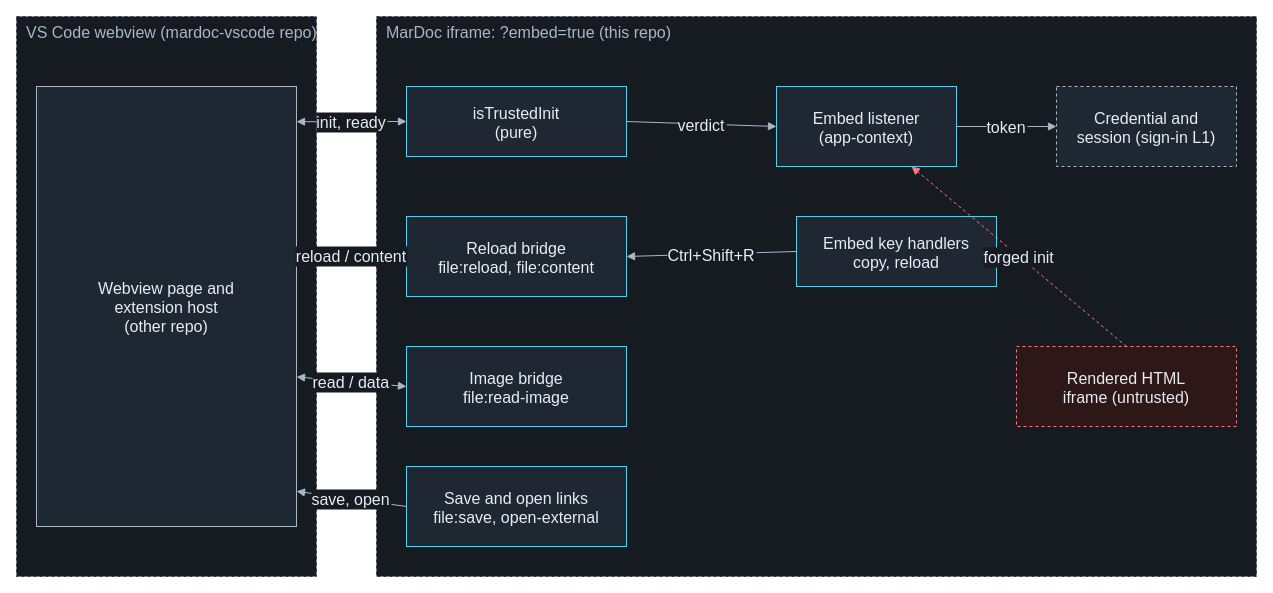
Before: docs/design/L2-embed-vscode.drawio in mardoc-app/mardoc-app.github.io, a draw.io diagram. Source tidied: cells renumbered, new cells numbered last; positions are measured from the earlier drawing's top-left corner, leaving out a move shared by most shapes. Both pictures are drawn from the tidied source at 100%, with x=0, y=0 at pixel (16, 16).
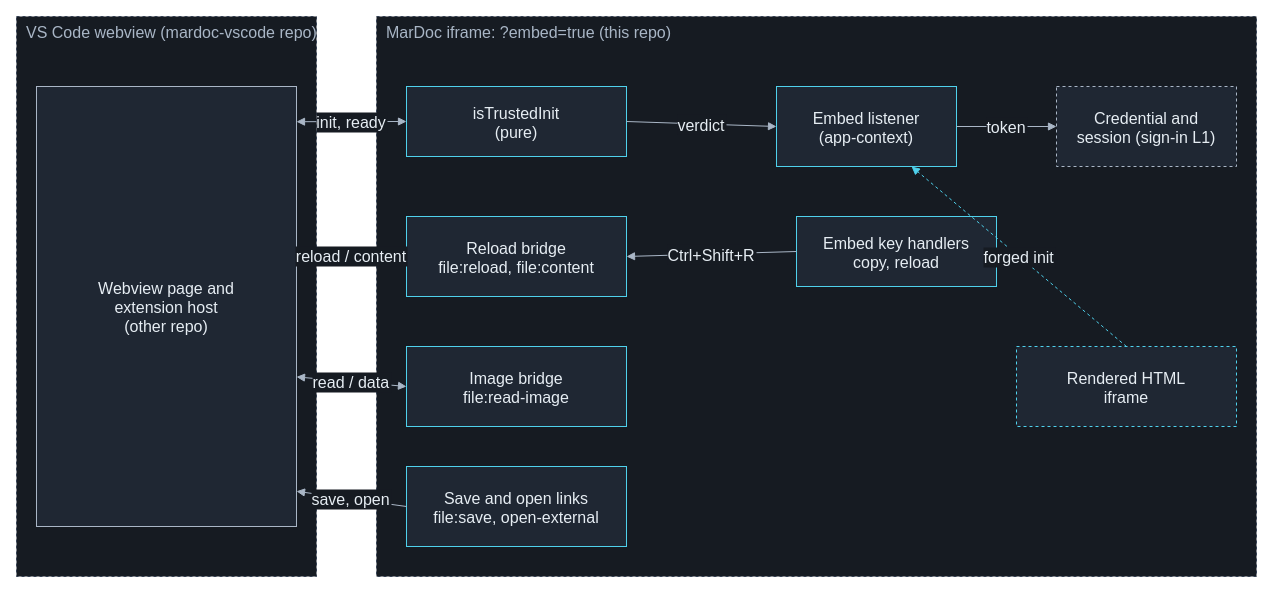
The same diagram, later.

Unchanged cells that the change refers to:
```xml
<mxCell id="9" value="Embed listener&#10;(app-context)" style="rounded=0;html=0;fillColor=#1f2733;strokeColor=#4fd1ec;fontColor=#e6edf3;fontSize=16;" parent="1" vertex="1">
  <mxGeometry x="760" y="70" width="180" height="80" as="geometry" />
</mxCell>
```

Diff of the diagram source:
```diff
@@
-    <mxCell id="12" value="Rendered HTML&#10;iframe (untrusted)" style="rounded=0;html=0;fillColor=#2d1717;strokeColor=#ff7b7b;fontColor=#e6edf3;fontSize=16;dashed=1;" parent="1" vertex="1">
+    <mxCell id="12" value="Rendered HTML&#10;iframe" style="rounded=0;html=0;fillColor=#1f2733;strokeColor=#4fd1ec;fontColor=#e6edf3;fontSize=16;dashed=1;" parent="1" vertex="1">
       <mxGeometry x="1000" y="330" width="220" height="80" as="geometry" />
     </mxCell>
@@
-    <mxCell id="20" value="forged init" style="html=0;strokeColor=#ff7b7b;fontColor=#e6edf3;labelBackgroundColor=#161b22;endArrow=block;endFill=1;fontSize=16;exitX=0.5;exitY=0;entryX=0.75;entryY=1;dashed=1;" parent="1" edge="1" source="12" target="9">
+    <mxCell id="20" value="forged init" style="html=0;strokeColor=#4fd1ec;fontColor=#e6edf3;labelBackgroundColor=#161b22;endArrow=block;endFill=1;fontSize=16;exitX=0.5;exitY=0;entryX=0.75;entryY=1;dashed=1;" parent="1" edge="1" source="12" target="9">
       <mxGeometry relative="1" as="geometry" />
     </mxCell>
```
